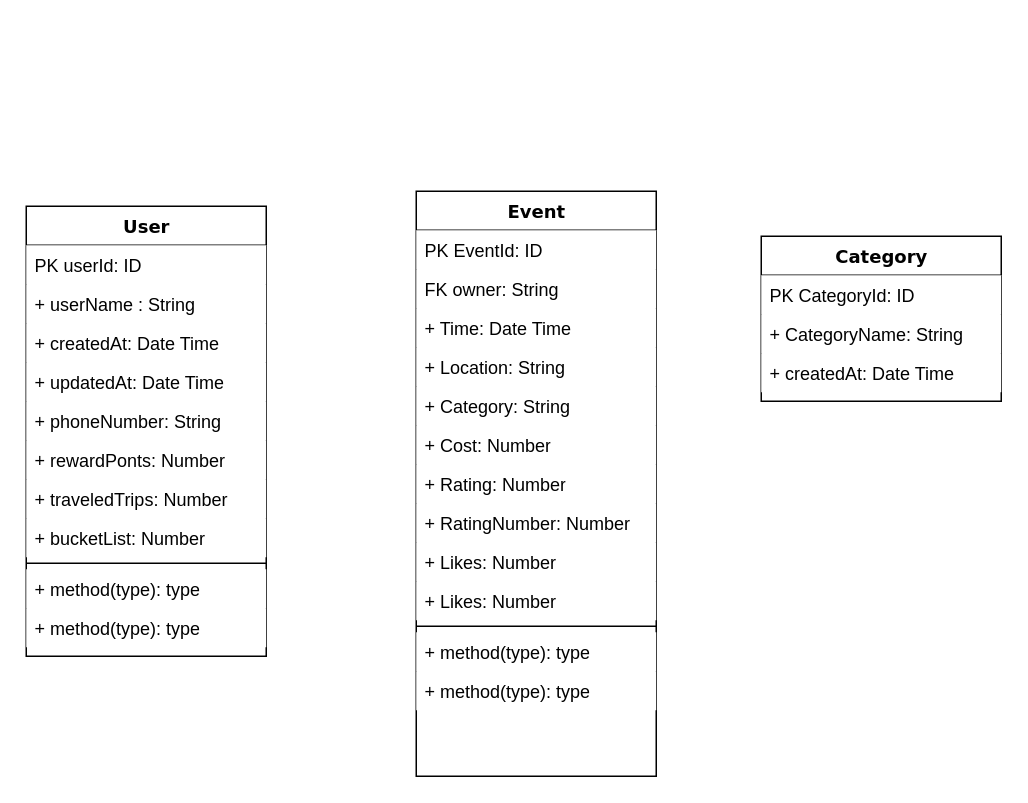
This is page "Events" (2 of 2) of design/data model/rium-data-model.drawio from sheltonkertich/node-backend-express, a draw.io file, before an edit. Source tidied: cells renumbered, new cells numbered last; positions are measured from the earlier drawing's top-left corner, leaving out a move shared by most shapes. Both pictures are drawn from the tidied source at 150%, with x=0, y=0 at pixel (26, 190).
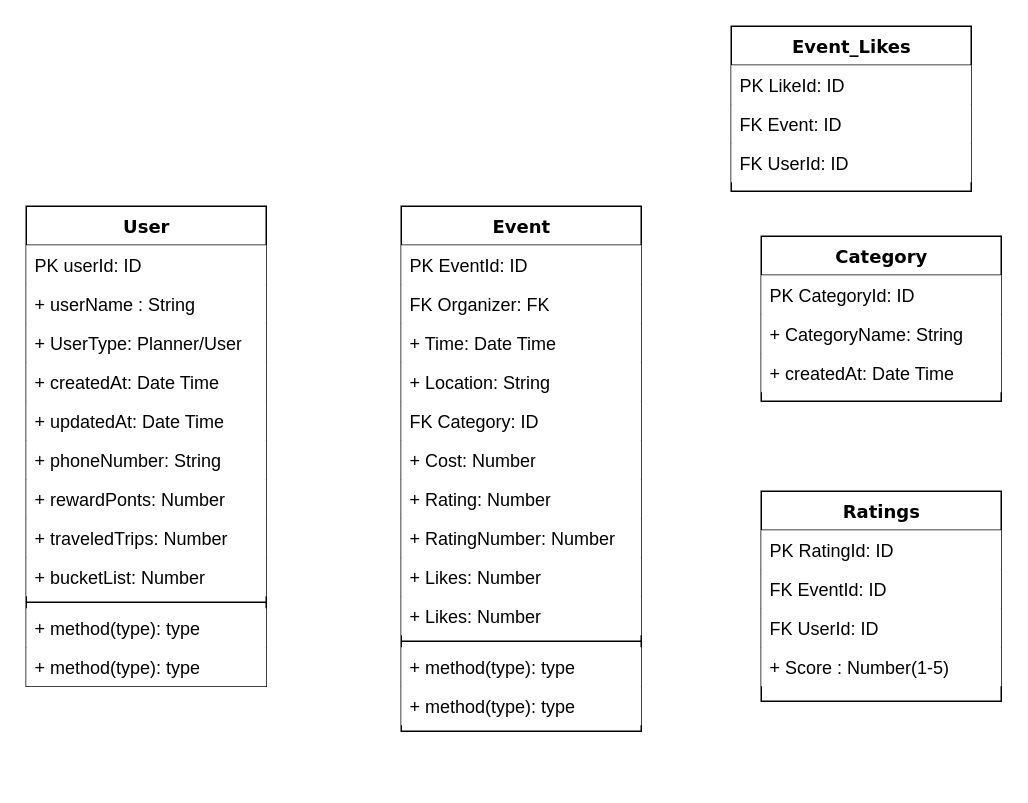
The same diagram, later.

Unchanged cells that the change refers to:
```xml
<mxCell id="28" value="Category" style="swimlane;html=1;fontStyle=1;align=center;verticalAlign=top;horizontal=1;startSize=26;swimlaneFillColor=#ffffff;rounded=0;shadow=0;comic=0;labelBackgroundColor=none;strokeWidth=1;fillColor=none;fontFamily=Verdana;fontSize=12;" parent="1" vertex="1">
  <mxGeometry x="490" y="30" width="160" height="110" as="geometry" />
</mxCell>
```

Change to the diagram source:
```diff
@@
     <mxCell id="2" value="User" style="swimlane;html=1;fontStyle=1;align=center;verticalAlign=top;horizontal=1;startSize=26;swimlaneFillColor=#ffffff;rounded=0;shadow=0;comic=0;labelBackgroundColor=none;strokeWidth=1;fillColor=none;fontFamily=Verdana;fontSize=12;" parent="1" vertex="1">
-      <mxGeometry y="10" width="160" height="300" as="geometry" />
+      <mxGeometry y="10" width="160" height="320" as="geometry" />
     </mxCell>
@@
-    <mxCell id="5" value="+ createdAt: Date Time" style="text;html=1;strokeColor=none;fillColor=default;align=left;verticalAlign=top;spacingLeft=4;spacingRight=4;whiteSpace=wrap;overflow=hidden;" parent="2" vertex="1">
-      <mxGeometry y="78" width="160" height="26" as="geometry" />
-    </mxCell>
+    <mxCell id="32" value="+ UserType: Planner/User" style="text;html=1;strokeColor=none;fillColor=default;align=left;verticalAlign=top;spacingLeft=4;spacingRight=4;whiteSpace=wrap;overflow=hidden;" parent="2" vertex="1">
+      <mxGeometry y="78" width="160" height="26" as="geometry" />
+    </mxCell>
+    <mxCell id="33" value="+ createdAt: Date Time" style="text;html=1;strokeColor=none;fillColor=default;align=left;verticalAlign=top;spacingLeft=4;spacingRight=4;whiteSpace=wrap;overflow=hidden;" parent="2" vertex="1">
+      <mxGeometry y="104" width="160" height="26" as="geometry" />
+    </mxCell>
     <mxCell id="6" value="+ updatedAt: Date Time" style="text;html=1;strokeColor=none;fillColor=default;align=left;verticalAlign=top;spacingLeft=4;spacingRight=4;whiteSpace=wrap;overflow=hidden;" parent="2" vertex="1">
-      <mxGeometry y="104" width="160" height="26" as="geometry" />
+      <mxGeometry y="130" width="160" height="26" as="geometry" />
     </mxCell>
     <mxCell id="7" value="+ phoneNumber: String" style="text;html=1;strokeColor=none;fillColor=default;align=left;verticalAlign=top;spacingLeft=4;spacingRight=4;whiteSpace=wrap;overflow=hidden;" parent="2" vertex="1">
-      <mxGeometry y="130" width="160" height="26" as="geometry" />
+      <mxGeometry y="156" width="160" height="26" as="geometry" />
     </mxCell>
     <mxCell id="8" value="+ rewardPonts: Number" style="text;html=1;strokeColor=none;fillColor=default;align=left;verticalAlign=top;spacingLeft=4;spacingRight=4;whiteSpace=wrap;overflow=hidden;" parent="2" vertex="1">
-      <mxGeometry y="156" width="160" height="26" as="geometry" />
+      <mxGeometry y="182" width="160" height="26" as="geometry" />
     </mxCell>
     <mxCell id="9" value="+ traveledTrips: Number" style="text;html=1;strokeColor=none;fillColor=default;align=left;verticalAlign=top;spacingLeft=4;spacingRight=4;whiteSpace=wrap;overflow=hidden;" parent="2" vertex="1">
-      <mxGeometry y="182" width="160" height="26" as="geometry" />
+      <mxGeometry y="208" width="160" height="26" as="geometry" />
     </mxCell>
     <mxCell id="10" value="+ bucketList: Number" style="text;html=1;strokeColor=none;fillColor=default;align=left;verticalAlign=top;spacingLeft=4;spacingRight=4;whiteSpace=wrap;overflow=hidden;" parent="2" vertex="1">
-      <mxGeometry y="208" width="160" height="26" as="geometry" />
+      <mxGeometry y="234" width="160" height="26" as="geometry" />
     </mxCell>
-    <mxCell id="11" style="line;html=1;strokeWidth=1;fillColor=none;align=left;verticalAlign=middle;spacingTop=-1;spacingLeft=3;spacingRight=3;labelPosition=right;" parent="2" vertex="1">
-      <mxGeometry y="234" width="160" height="8" as="geometry" />
-    </mxCell>
-    <mxCell id="12" value="+ method(type): type" style="text;html=1;strokeColor=none;fillColor=default;align=left;verticalAlign=top;spacingLeft=4;spacingRight=4;whiteSpace=wrap;overflow=hidden;" parent="2" vertex="1">
-      <mxGeometry y="242" width="160" height="26" as="geometry" />
-    </mxCell>
+    <mxCell id="34" style="line;html=1;strokeWidth=1;fillColor=none;align=left;verticalAlign=middle;spacingTop=-1;spacingLeft=3;spacingRight=3;labelPosition=right;" parent="2" vertex="1">
+      <mxGeometry y="260" width="160" height="8" as="geometry" />
+    </mxCell>
@@
+    <mxCell id="35" value="+ method(type): type" style="text;html=1;strokeColor=none;fillColor=default;align=left;verticalAlign=top;spacingLeft=4;spacingRight=4;whiteSpace=wrap;overflow=hidden;" parent="2" vertex="1">
+      <mxGeometry y="294" width="160" height="26" as="geometry" />
+    </mxCell>
     <mxCell id="14" value="Event" style="swimlane;html=1;fontStyle=1;align=center;verticalAlign=top;horizontal=1;startSize=26;swimlaneFillColor=#ffffff;rounded=0;shadow=0;comic=0;labelBackgroundColor=none;strokeWidth=1;fillColor=none;fontFamily=Verdana;fontSize=12;" parent="1" vertex="1">
-      <mxGeometry x="260" width="160" height="390" as="geometry" />
+      <mxGeometry x="250" y="10" width="160" height="350" as="geometry" />
     </mxCell>
@@
-    <mxCell id="16" value="FK owner: String" style="text;html=1;strokeColor=none;fillColor=default;align=left;verticalAlign=top;spacingLeft=4;spacingRight=4;whiteSpace=wrap;overflow=hidden;" parent="14" vertex="1">
-      <mxGeometry y="52" width="160" height="26" as="geometry" />
-    </mxCell>
+    <mxCell id="36" value="FK Organizer: FK" style="text;html=1;strokeColor=none;fillColor=default;align=left;verticalAlign=top;spacingLeft=4;spacingRight=4;whiteSpace=wrap;overflow=hidden;" parent="14" vertex="1">
+      <mxGeometry y="52" width="160" height="26" as="geometry" />
+    </mxCell>
@@
-    <mxCell id="19" value="+ Category: String" style="text;html=1;strokeColor=none;fillColor=default;align=left;verticalAlign=top;spacingLeft=4;spacingRight=4;whiteSpace=wrap;overflow=hidden;" parent="14" vertex="1">
-      <mxGeometry y="130" width="160" height="26" as="geometry" />
-    </mxCell>
+    <mxCell id="37" value="FK Category: ID" style="text;html=1;strokeColor=none;fillColor=default;align=left;verticalAlign=top;spacingLeft=4;spacingRight=4;whiteSpace=wrap;overflow=hidden;" parent="14" vertex="1">
+      <mxGeometry y="130" width="160" height="26" as="geometry" />
+    </mxCell>
@@
-    <mxCell id="26" value="+ method(type): type" style="text;html=1;strokeColor=none;fillColor=default;align=left;verticalAlign=top;spacingLeft=4;spacingRight=4;whiteSpace=wrap;overflow=hidden;" parent="14" vertex="1">
-      <mxGeometry y="294" width="160" height="26" as="geometry" />
-    </mxCell>
+    <mxCell id="38" value="+ method(type): type" style="text;html=1;strokeColor=none;fillColor=default;align=left;verticalAlign=top;spacingLeft=4;spacingRight=4;whiteSpace=wrap;overflow=hidden;" parent="14" vertex="1">
+      <mxGeometry y="294" width="160" height="26" as="geometry" />
+    </mxCell>
@@
-    <mxCell id="31" value="+ createdAt: Date Time" style="text;html=1;strokeColor=none;fillColor=default;align=left;verticalAlign=top;spacingLeft=4;spacingRight=4;whiteSpace=wrap;overflow=hidden;" parent="28" vertex="1">
-      <mxGeometry y="78" width="160" height="26" as="geometry" />
-    </mxCell>
+    <mxCell id="39" value="+ createdAt: Date Time" style="text;html=1;strokeColor=none;fillColor=default;align=left;verticalAlign=top;spacingLeft=4;spacingRight=4;whiteSpace=wrap;overflow=hidden;" parent="28" vertex="1">
+      <mxGeometry y="78" width="160" height="26" as="geometry" />
+    </mxCell>
+    <mxCell id="40" value="Ratings" style="swimlane;html=1;fontStyle=1;align=center;verticalAlign=top;horizontal=1;startSize=26;swimlaneFillColor=#ffffff;rounded=0;shadow=0;comic=0;labelBackgroundColor=none;strokeWidth=1;fillColor=none;fontFamily=Verdana;fontSize=12;" parent="1" vertex="1">
+      <mxGeometry x="490" y="200" width="160" height="140" as="geometry" />
+    </mxCell>
+    <mxCell id="41" value="PK RatingId: ID" style="text;html=1;strokeColor=none;fillColor=default;align=left;verticalAlign=top;spacingLeft=4;spacingRight=4;whiteSpace=wrap;overflow=hidden;" parent="40" vertex="1">
+      <mxGeometry y="26" width="160" height="26" as="geometry" />
+    </mxCell>
+    <mxCell id="42" value="FK EventId: ID" style="text;html=1;strokeColor=none;fillColor=default;align=left;verticalAlign=top;spacingLeft=4;spacingRight=4;whiteSpace=wrap;overflow=hidden;" parent="40" vertex="1">
+      <mxGeometry y="52" width="160" height="26" as="geometry" />
+    </mxCell>
+    <mxCell id="43" value="FK UserId: ID" style="text;html=1;strokeColor=none;fillColor=default;align=left;verticalAlign=top;spacingLeft=4;spacingRight=4;whiteSpace=wrap;overflow=hidden;" parent="40" vertex="1">
+      <mxGeometry y="78" width="160" height="26" as="geometry" />
+    </mxCell>
+    <mxCell id="44" value="+ Score : Number(1-5)" style="text;html=1;strokeColor=none;fillColor=default;align=left;verticalAlign=top;spacingLeft=4;spacingRight=4;whiteSpace=wrap;overflow=hidden;" parent="40" vertex="1">
+      <mxGeometry y="104" width="160" height="26" as="geometry" />
+    </mxCell>
+    <mxCell id="45" value="Event_Likes" style="swimlane;html=1;fontStyle=1;align=center;verticalAlign=top;horizontal=1;startSize=26;swimlaneFillColor=#ffffff;rounded=0;shadow=0;comic=0;labelBackgroundColor=none;strokeWidth=1;fillColor=none;fontFamily=Verdana;fontSize=12;" parent="1" vertex="1">
+      <mxGeometry x="470" y="-110" width="160" height="110" as="geometry" />
+    </mxCell>
+    <mxCell id="46" value="PK LikeId: ID" style="text;html=1;strokeColor=none;fillColor=default;align=left;verticalAlign=top;spacingLeft=4;spacingRight=4;whiteSpace=wrap;overflow=hidden;" parent="45" vertex="1">
+      <mxGeometry y="26" width="160" height="26" as="geometry" />
+    </mxCell>
+    <mxCell id="47" value="FK Event: ID" style="text;html=1;strokeColor=none;fillColor=default;align=left;verticalAlign=top;spacingLeft=4;spacingRight=4;whiteSpace=wrap;overflow=hidden;" parent="45" vertex="1">
+      <mxGeometry y="52" width="160" height="26" as="geometry" />
+    </mxCell>
+    <mxCell id="48" value="FK UserId: ID" style="text;html=1;strokeColor=none;fillColor=default;align=left;verticalAlign=top;spacingLeft=4;spacingRight=4;whiteSpace=wrap;overflow=hidden;" parent="45" vertex="1">
+      <mxGeometry y="78" width="160" height="26" as="geometry" />
+    </mxCell>
```
